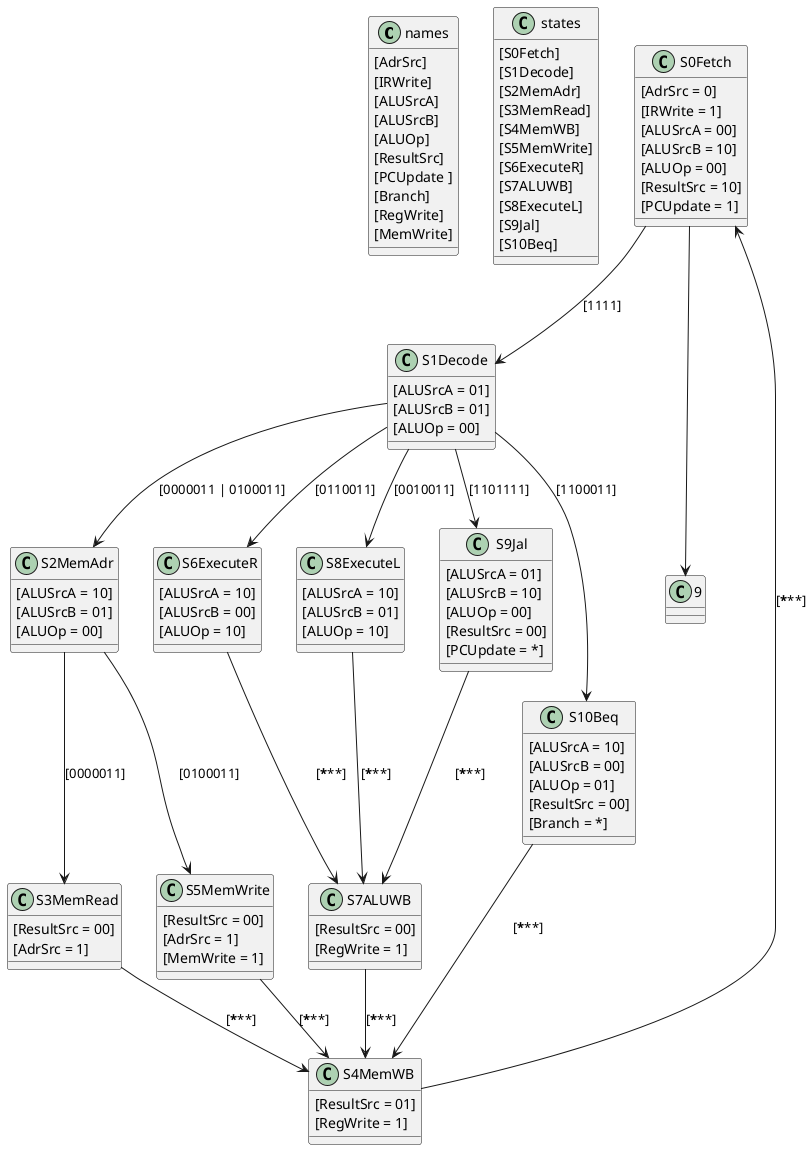
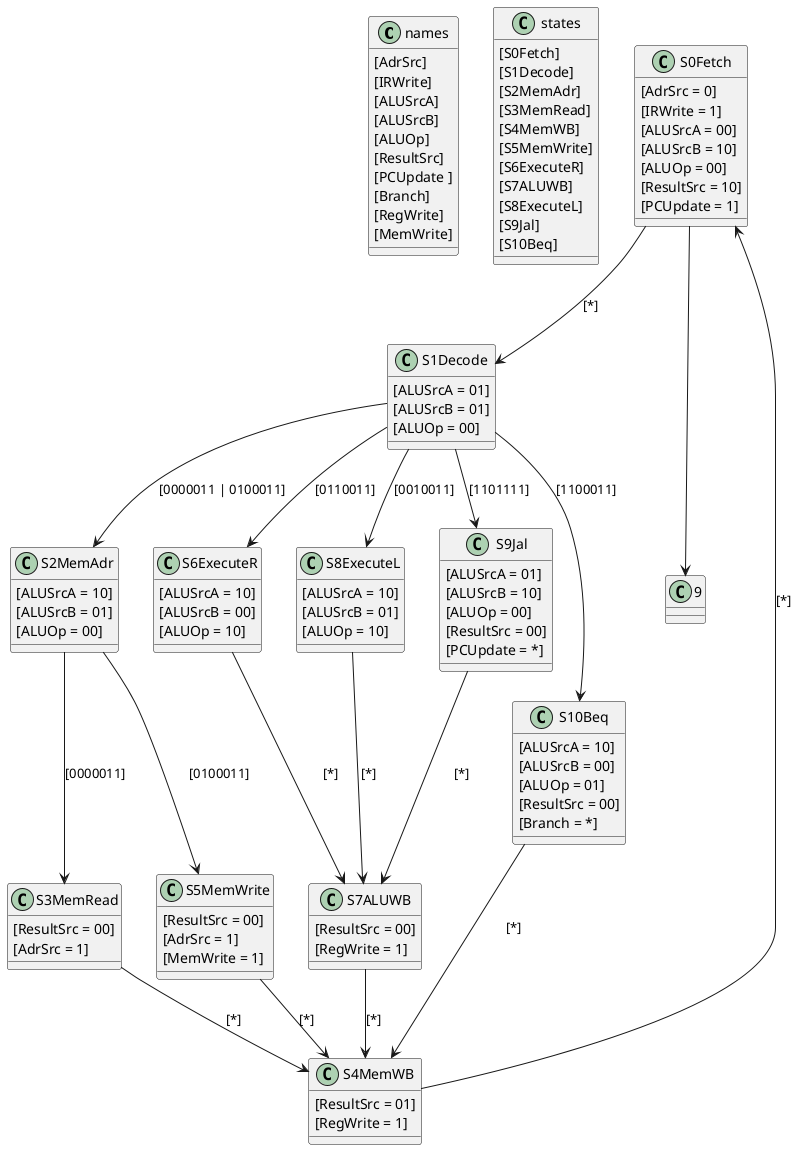
@startuml ttt


names : [AdrSrc]
names : [IRWrite]
names : [ALUSrcA]
names : [ALUSrcB]
names : [ALUOp]
names : [ResultSrc]
names : [PCUpdate ]
names : [Branch]
names : [RegWrite]
names : [MemWrite]


states : [S0Fetch]
states : [S1Decode]
states : [S2MemAdr]
states : [S3MemRead]
states : [S4MemWB]
states : [S5MemWrite]
states : [S6ExecuteR]
states : [S7ALUWB]
states : [S8ExecuteL]
states : [S9Jal]
states : [S10Beq]

- S0Fetch --> S1Decode : [1111]
+ S0Fetch --> S1Decode : [*]
S0Fetch : [AdrSrc = 0]
S0Fetch : [IRWrite = 1]
S0Fetch : [ALUSrcA = 00]
S0Fetch : [ALUSrcB = 10]
S0Fetch : [ALUOp = 00]
S0Fetch : [ResultSrc = 10]
S0Fetch : [PCUpdate = 1]
S0Fetch ---> 9

S1Decode --> S2MemAdr : [0000011 | 0100011]
S1Decode --> S6ExecuteR : [0110011]
S1Decode --> S8ExecuteL : [0010011]
S1Decode --> S9Jal : [1101111]
S1Decode --> S10Beq : [1100011]
S1Decode : [ALUSrcA = 01]
S1Decode : [ALUSrcB = 01]
S1Decode : [ALUOp = 00]



S2MemAdr --> S3MemRead : [0000011]
S2MemAdr --> S5MemWrite : [0100011]
S2MemAdr : [ALUSrcA = 10]
S2MemAdr : [ALUSrcB = 01]
S2MemAdr : [ALUOp = 00]



- S6ExecuteR --> S7ALUWB : [*******]
+ S6ExecuteR --> S7ALUWB : [*]
S6ExecuteR : [ALUSrcA = 10]
S6ExecuteR : [ALUSrcB = 00]
S6ExecuteR : [ALUOp = 10]


- S8ExecuteL --> S7ALUWB : [*******]
+ S8ExecuteL --> S7ALUWB : [*]
S8ExecuteL : [ALUSrcA = 10]
S8ExecuteL : [ALUSrcB = 01]
S8ExecuteL : [ALUOp = 10]

- S9Jal --> S7ALUWB : [*******]
+ S9Jal --> S7ALUWB : [*]
S9Jal : [ALUSrcA = 01]
S9Jal : [ALUSrcB = 10]
S9Jal : [ALUOp = 00]
S9Jal : [ResultSrc = 00]
S9Jal : [PCUpdate = *]


- S10Beq --> S4MemWB : [*******]
+ S10Beq --> S4MemWB : [*]
S10Beq : [ALUSrcA = 10]
S10Beq : [ALUSrcB = 00]
S10Beq : [ALUOp = 01]
S10Beq : [ResultSrc = 00]
S10Beq : [Branch = *]

- S3MemRead --> S4MemWB : [*******]
+ S3MemRead --> S4MemWB : [*]
S3MemRead : [ResultSrc = 00]
S3MemRead : [AdrSrc = 1]


- S5MemWrite --> S4MemWB : [*******]
+ S5MemWrite --> S4MemWB : [*]
S5MemWrite : [ResultSrc = 00]
S5MemWrite : [AdrSrc = 1]
S5MemWrite : [MemWrite = 1]

- S7ALUWB --> S4MemWB : [*******]
+ S7ALUWB --> S4MemWB : [*]
S7ALUWB : [ResultSrc = 00]
S7ALUWB : [RegWrite = 1]

- S4MemWB --> S0Fetch : [*******]
+ S4MemWB --> S0Fetch : [*]
S4MemWB : [ResultSrc = 01]
S4MemWB : [RegWrite = 1]
@enduml